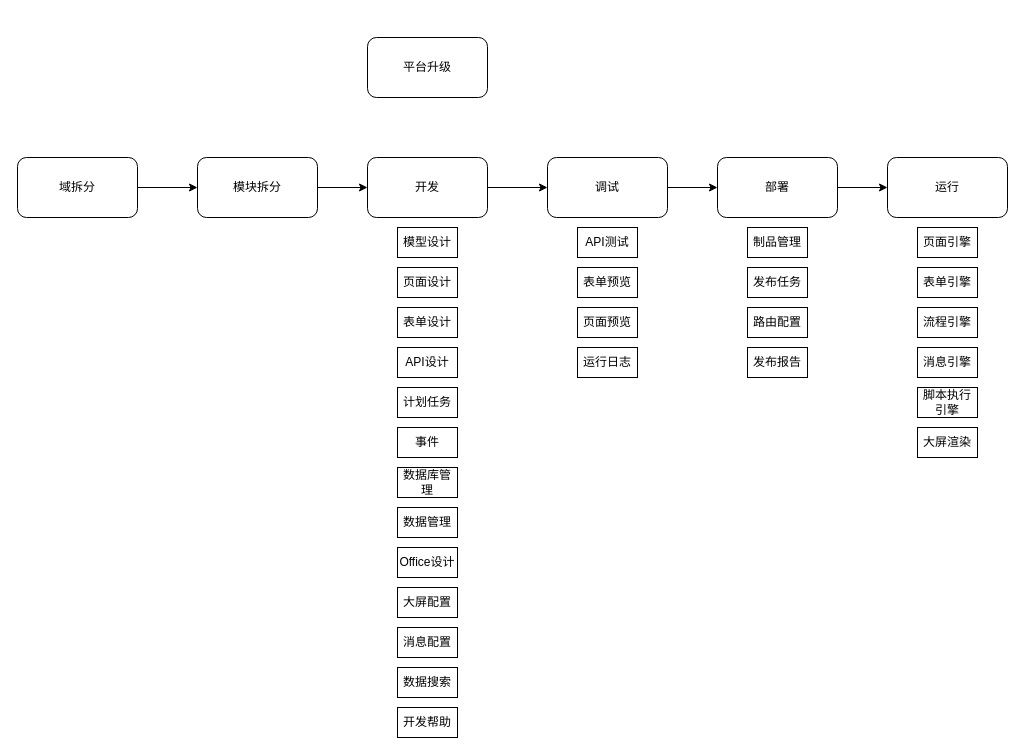
Above: page "产品架构" (4 of 4) of 低代码架构.drawio in ProgrammerLZ/drawio (draw.io), before the change. Source tidied: cells renumbered, new cells numbered last; positions are measured from the earlier drawing's top-left corner, leaving out a move shared by most shapes. Both pictures are drawn from the tidied source at 100%, with x=0, y=0 at pixel (17, 37).
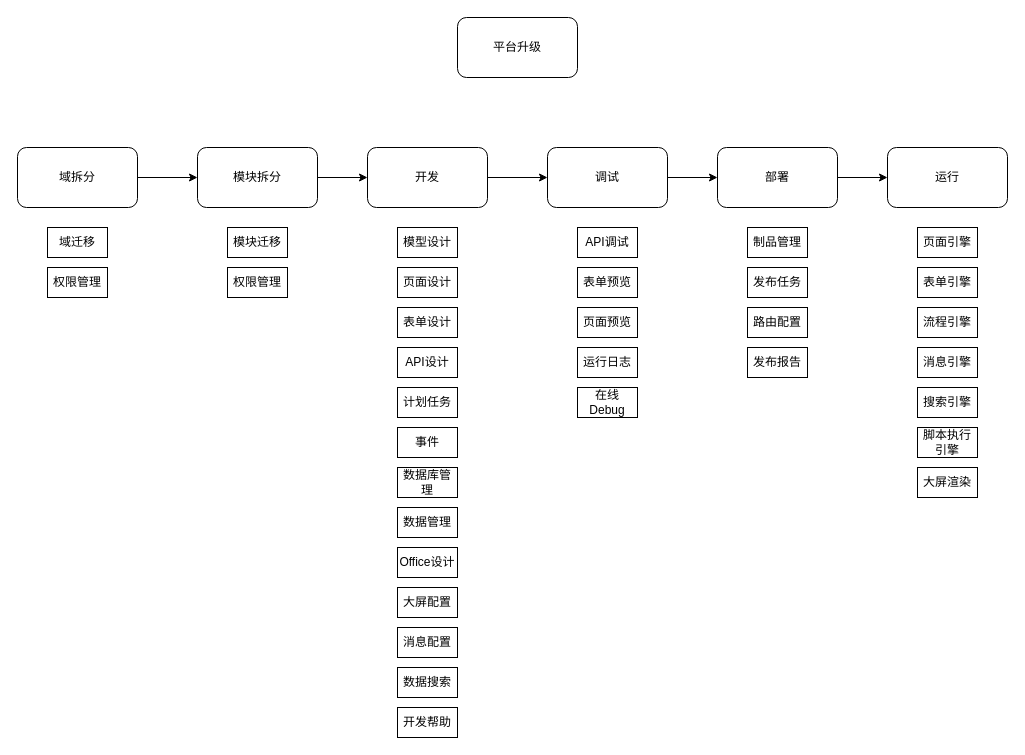
The same diagram, later.

Commit message:
更新低代码架构.drawio

What changed in the source:
```diff
@@
     <mxCell id="3" value="开发" style="rounded=1;whiteSpace=wrap;html=1;" parent="1" vertex="1">
-      <mxGeometry x="350" y="120" width="120" height="60" as="geometry" />
+      <mxGeometry x="350" y="110" width="120" height="60" as="geometry" />
     </mxCell>
@@
     <mxCell id="5" value="调试" style="rounded=1;whiteSpace=wrap;html=1;" parent="1" vertex="1">
-      <mxGeometry x="530" y="120" width="120" height="60" as="geometry" />
+      <mxGeometry x="530" y="110" width="120" height="60" as="geometry" />
     </mxCell>
@@
     <mxCell id="7" value="部署" style="rounded=1;whiteSpace=wrap;html=1;" parent="1" vertex="1">
-      <mxGeometry x="700" y="120" width="120" height="60" as="geometry" />
+      <mxGeometry x="700" y="110" width="120" height="60" as="geometry" />
     </mxCell>
     <mxCell id="8" value="运行" style="rounded=1;whiteSpace=wrap;html=1;" parent="1" vertex="1">
-      <mxGeometry x="870" y="120" width="120" height="60" as="geometry" />
+      <mxGeometry x="870" y="110" width="120" height="60" as="geometry" />
     </mxCell>
@@
     <mxCell id="12" value="模块拆分" style="rounded=1;whiteSpace=wrap;html=1;" parent="1" vertex="1">
-      <mxGeometry x="180" y="120" width="120" height="60" as="geometry" />
+      <mxGeometry x="180" y="110" width="120" height="60" as="geometry" />
     </mxCell>
@@
     <mxCell id="15" value="域拆分" style="rounded=1;whiteSpace=wrap;html=1;" parent="1" vertex="1">
-      <mxGeometry y="120" width="120" height="60" as="geometry" />
+      <mxGeometry y="110" width="120" height="60" as="geometry" />
     </mxCell>
@@
-    <mxCell id="17" value="API测试" style="rounded=0;whiteSpace=wrap;html=1;fontColor=#000000;" parent="1" vertex="1">
+    <mxCell id="17" value="API调试" style="rounded=0;whiteSpace=wrap;html=1;fontColor=#000000;" parent="1" vertex="1">
       <mxGeometry x="560" y="190" width="60" height="30" as="geometry" />
     </mxCell>
@@
     <mxCell id="23" value="平台升级" style="rounded=1;whiteSpace=wrap;html=1;" parent="1" vertex="1">
-      <mxGeometry x="350" width="120" height="60" as="geometry" />
+      <mxGeometry x="440" y="-20" width="120" height="60" as="geometry" />
     </mxCell>
@@
     <mxCell id="29" value="脚本执行引擎" style="rounded=0;whiteSpace=wrap;html=1;fontColor=#000000;" parent="1" vertex="1">
-      <mxGeometry x="900" y="350" width="60" height="30" as="geometry" />
+      <mxGeometry x="900" y="390" width="60" height="30" as="geometry" />
     </mxCell>
     <mxCell id="30" value="大屏渲染" style="rounded=0;whiteSpace=wrap;html=1;fontColor=#000000;" parent="1" vertex="1">
-      <mxGeometry x="900" y="390" width="60" height="30" as="geometry" />
+      <mxGeometry x="900" y="430" width="60" height="30" as="geometry" />
     </mxCell>
@@
+    <mxCell id="41" value="在线Debug" style="rounded=0;whiteSpace=wrap;html=1;fontColor=#000000;" parent="1" vertex="1">
+      <mxGeometry x="560" y="350" width="60" height="30" as="geometry" />
+    </mxCell>
+    <mxCell id="42" value="搜索引擎" style="rounded=0;whiteSpace=wrap;html=1;fontColor=#000000;" parent="1" vertex="1">
+      <mxGeometry x="900" y="350" width="60" height="30" as="geometry" />
+    </mxCell>
+    <mxCell id="43" value="域迁移" style="rounded=0;whiteSpace=wrap;html=1;fontColor=#000000;" parent="1" vertex="1">
+      <mxGeometry x="30" y="190" width="60" height="30" as="geometry" />
+    </mxCell>
+    <mxCell id="44" value="模块迁移" style="rounded=0;whiteSpace=wrap;html=1;fontColor=#000000;" parent="1" vertex="1">
+      <mxGeometry x="210" y="190" width="60" height="30" as="geometry" />
+    </mxCell>
+    <mxCell id="45" value="权限管理" style="rounded=0;whiteSpace=wrap;html=1;fontColor=#000000;" parent="1" vertex="1">
+      <mxGeometry x="30" y="230" width="60" height="30" as="geometry" />
+    </mxCell>
+    <mxCell id="46" value="权限管理" style="rounded=0;whiteSpace=wrap;html=1;fontColor=#000000;" parent="1" vertex="1">
+      <mxGeometry x="210" y="230" width="60" height="30" as="geometry" />
+    </mxCell>
```
